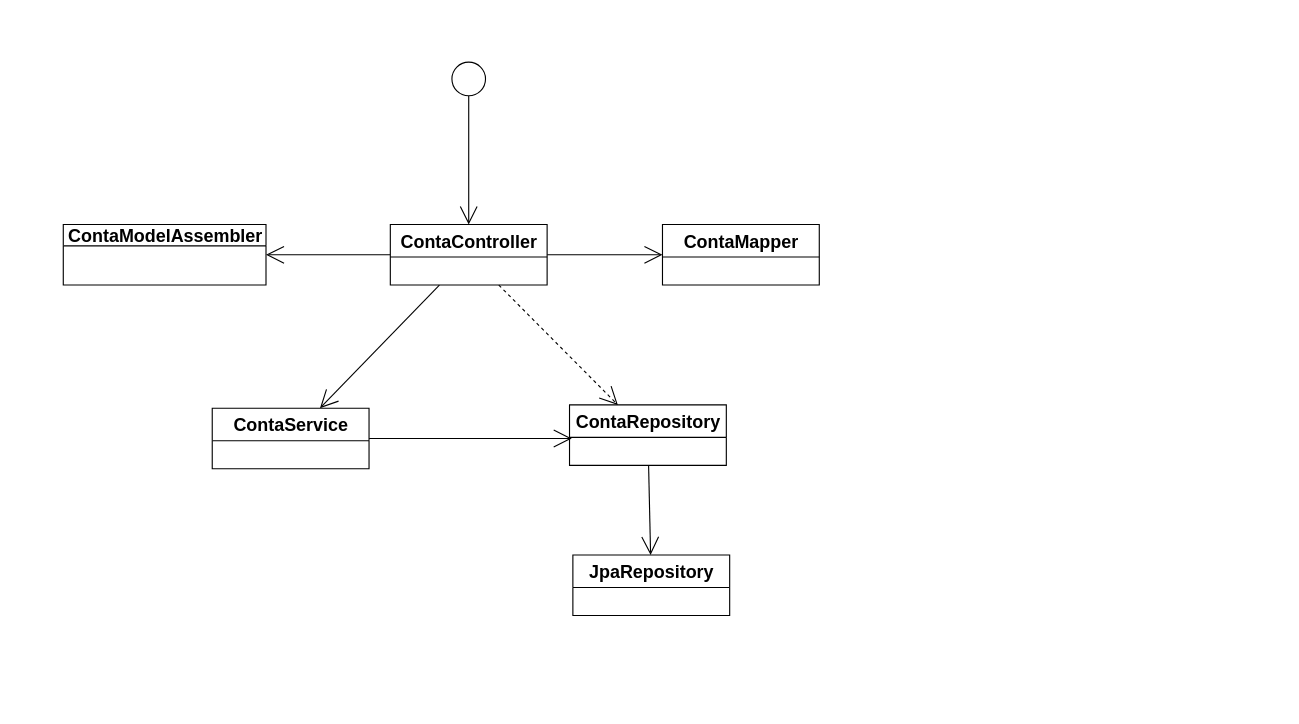
Before: page "Diagrama de Classe" (4 of 4) of Arquitetura/Diagramas.drawio in henriquerdq/poc-sistemas-controle-financas, a draw.io diagram. Source tidied: cells renumbered, new cells numbered last; positions are measured from the earlier drawing's top-left corner, leaving out a move shared by most shapes. Both pictures are drawn from the tidied source at 112%, with x=0, y=0 at pixel (63, 62).
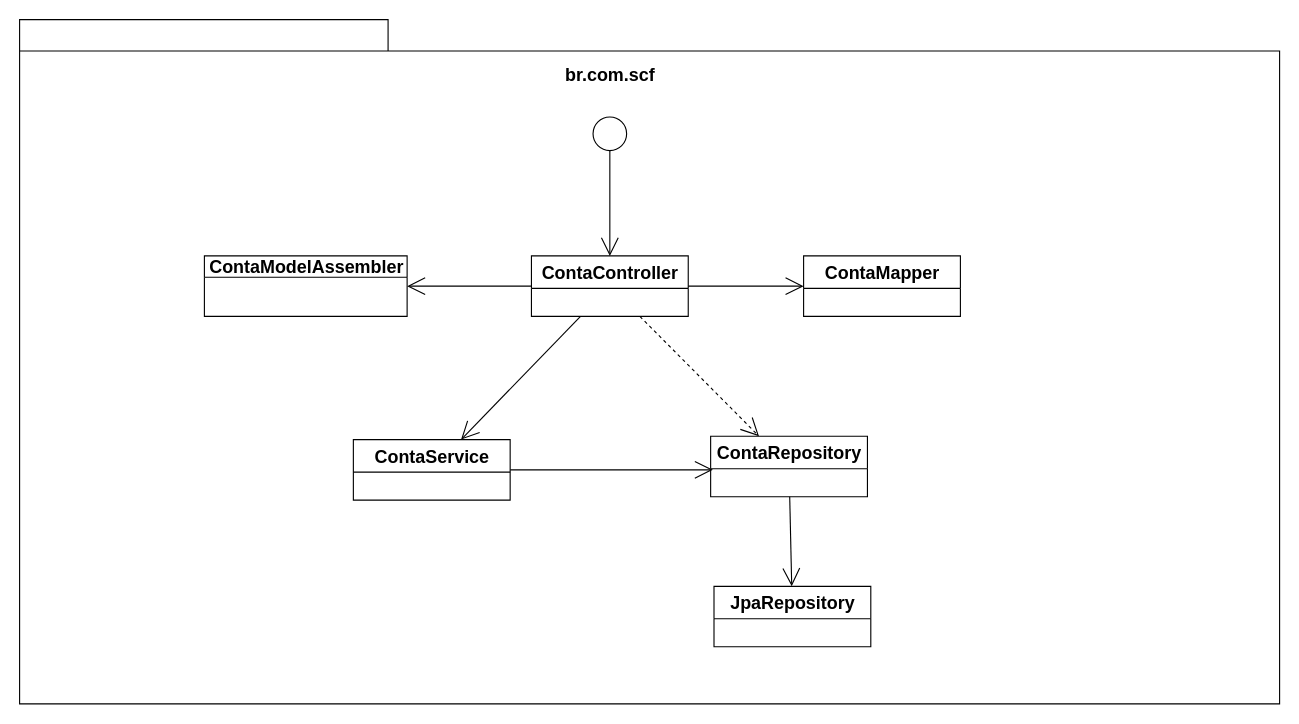
After the change.

What changed in the source:
```diff
@@
 <mxGraphModel>
   <root>
     <mxCell id="0" />
     <mxCell id="1" parent="0" />
-    <mxCell id="2" style="rounded=0;jettySize=auto;html=1;fontSize=12;endArrow=open;startSize=14;endSize=14;" parent="1" edge="1" source="6" target="8">
-      <mxGeometry relative="1" as="geometry" />
-    </mxCell>
-    <mxCell id="3" style="edgeStyle=none;rounded=0;jettySize=auto;html=1;fontSize=12;endArrow=open;startSize=14;endSize=14;dashed=1;" parent="1" edge="1" source="6" target="12">
-      <mxGeometry relative="1" as="geometry" />
-    </mxCell>
-    <mxCell id="4" style="edgeStyle=none;rounded=0;jettySize=auto;html=1;fontSize=12;endArrow=open;startSize=14;endSize=14;" parent="1" edge="1" source="6" target="14">
-      <mxGeometry relative="1" as="geometry" />
-    </mxCell>
-    <mxCell id="5" style="edgeStyle=none;rounded=0;jettySize=auto;html=1;fontSize=12;endArrow=open;startSize=19;endSize=14;" parent="1" edge="1" source="6" target="15">
-      <mxGeometry relative="1" as="geometry" />
-    </mxCell>
+    <mxCell id="16" style="shape=folder;fontStyle=1;tabWidth=329;tabHeight=28;tabPosition=left;html=1;boundedLbl=1;labelInHeader=1;" parent="1" vertex="1">
+      <mxGeometry x="-39" y="-38" width="1125" height="611" as="geometry" />
+    </mxCell>
-    <mxCell id="6" value="ContaController" style="swimlane;fontStyle=1;align=center;verticalAlign=middle;horizontal=1;startSize=29;html=1;fontSize=16;" parent="1" vertex="1">
-      <mxGeometry x="292" y="145" width="140" height="54" as="geometry" />
+    <mxCell id="6" value="ContaController" style="swimlane;fontStyle=1;align=center;verticalAlign=middle;horizontal=1;startSize=29;html=1;fontSize=16;" parent="16" vertex="1">
+      <mxGeometry x="457" y="211" width="140" height="54" as="geometry" />
     </mxCell>
-    <mxCell id="7" style="edgeStyle=none;rounded=0;jettySize=auto;html=1;fontSize=12;endArrow=open;startSize=14;endSize=14;" parent="1" edge="1" source="8">
+    <mxCell id="7" style="edgeStyle=none;rounded=0;jettySize=auto;html=1;fontSize=12;endArrow=open;startSize=14;endSize=14;" parent="16" edge="1" source="8">
       <mxGeometry relative="1" as="geometry">
-        <mxPoint x="454" y="336" as="targetPoint" />
+        <mxPoint x="619" y="402" as="targetPoint" />
       </mxGeometry>
     </mxCell>
-    <mxCell id="8" value="ContaService" style="swimlane;fontStyle=1;align=center;verticalAlign=middle;horizontal=1;startSize=29;html=1;fontSize=16;" parent="1" vertex="1">
-      <mxGeometry x="133" y="309" width="140" height="54" as="geometry" />
+    <mxCell id="8" value="ContaService" style="swimlane;fontStyle=1;align=center;verticalAlign=middle;horizontal=1;startSize=29;html=1;fontSize=16;" parent="16" vertex="1">
+      <mxGeometry x="298" y="375" width="140" height="54" as="geometry" />
     </mxCell>
+    <mxCell id="2" style="rounded=0;jettySize=auto;html=1;fontSize=12;endArrow=open;startSize=14;endSize=14;" parent="16" edge="1" source="6" target="8">
+      <mxGeometry relative="1" as="geometry" />
+    </mxCell>
-    <mxCell id="9" style="rounded=0;jettySize=auto;html=1;fontSize=12;endArrow=open;startSize=14;endSize=14;entryX=0.5;entryY=0;entryDx=0;entryDy=0;" parent="1" edge="1" source="10" target="6">
+    <mxCell id="9" style="rounded=0;jettySize=auto;html=1;fontSize=12;endArrow=open;startSize=14;endSize=14;entryX=0.5;entryY=0;entryDx=0;entryDy=0;" parent="16" edge="1" source="10" target="6">
       <mxGeometry relative="1" as="geometry" />
     </mxCell>
-    <mxCell id="10" style="ellipse;fillColor=#ffffff;strokeColor=#000000;fontSize=16;" parent="1" vertex="1">
-      <mxGeometry x="347" width="30" height="30" as="geometry" />
+    <mxCell id="10" style="ellipse;fillColor=#ffffff;strokeColor=#000000;fontSize=16;" parent="16" vertex="1">
+      <mxGeometry x="512" y="87" width="30" height="30" as="geometry" />
     </mxCell>
+    <mxCell id="12" value="ContaRepository" style="swimlane;fontStyle=1;align=center;verticalAlign=middle;horizontal=1;startSize=29;html=1;fontSize=16;" parent="16" vertex="1">
+      <mxGeometry x="617" y="372" width="140" height="54" as="geometry" />
+    </mxCell>
+    <mxCell id="3" style="edgeStyle=none;rounded=0;jettySize=auto;html=1;fontSize=12;endArrow=open;startSize=14;endSize=14;dashed=1;" parent="16" edge="1" source="6" target="12">
+      <mxGeometry relative="1" as="geometry" />
+    </mxCell>
+    <mxCell id="13" value="JpaRepository" style="swimlane;fontStyle=1;align=center;verticalAlign=middle;horizontal=1;startSize=29;html=1;fontSize=16;" parent="16" vertex="1">
+      <mxGeometry x="620" y="506" width="140" height="54" as="geometry" />
+    </mxCell>
-    <mxCell id="11" style="edgeStyle=none;rounded=0;jettySize=auto;html=1;fontSize=12;endArrow=open;startSize=14;endSize=14;" parent="1" edge="1" source="12" target="13">
+    <mxCell id="11" style="edgeStyle=none;rounded=0;jettySize=auto;html=1;fontSize=12;endArrow=open;startSize=14;endSize=14;" parent="16" edge="1" source="12" target="13">
       <mxGeometry relative="1" as="geometry" />
     </mxCell>
-    <mxCell id="12" value="ContaRepository" style="swimlane;fontStyle=1;align=center;verticalAlign=middle;horizontal=1;startSize=29;html=1;fontSize=16;" parent="1" vertex="1">
-      <mxGeometry x="452" y="306" width="140" height="54" as="geometry" />
-    </mxCell>
-    <mxCell id="13" value="JpaRepository" style="swimlane;fontStyle=1;align=center;verticalAlign=middle;horizontal=1;startSize=29;html=1;fontSize=16;" parent="1" vertex="1">
-      <mxGeometry x="455" y="440" width="140" height="54" as="geometry" />
-    </mxCell>
-    <mxCell id="14" value="ContaModelAssembler" style="swimlane;fontStyle=1;align=center;verticalAlign=middle;horizontal=1;startSize=19;html=1;fontSize=16;noLabel=0;fixDash=0;arcSize=15;" parent="1" vertex="1">
-      <mxGeometry y="145" width="181" height="54" as="geometry" />
+    <mxCell id="14" value="ContaModelAssembler" style="swimlane;fontStyle=1;align=center;verticalAlign=middle;horizontal=1;startSize=19;html=1;fontSize=16;noLabel=0;fixDash=0;arcSize=15;" parent="16" vertex="1">
+      <mxGeometry x="165" y="211" width="181" height="54" as="geometry" />
     </mxCell>
+    <mxCell id="4" style="edgeStyle=none;rounded=0;jettySize=auto;html=1;fontSize=12;endArrow=open;startSize=14;endSize=14;" parent="16" edge="1" source="6" target="14">
+      <mxGeometry relative="1" as="geometry" />
+    </mxCell>
-    <mxCell id="15" value="ContaMapper" style="swimlane;fontStyle=1;align=center;verticalAlign=middle;horizontal=1;startSize=29;html=1;fontSize=16;" parent="1" vertex="1">
-      <mxGeometry x="535" y="145" width="140" height="54" as="geometry" />
+    <mxCell id="15" value="ContaMapper" style="swimlane;fontStyle=1;align=center;verticalAlign=middle;horizontal=1;startSize=29;html=1;fontSize=16;" parent="16" vertex="1">
+      <mxGeometry x="700" y="211" width="140" height="54" as="geometry" />
     </mxCell>
+    <mxCell id="5" style="edgeStyle=none;rounded=0;jettySize=auto;html=1;fontSize=12;endArrow=open;startSize=19;endSize=14;" parent="16" edge="1" source="6" target="15">
+      <mxGeometry relative="1" as="geometry" />
+    </mxCell>
+    <mxCell id="17" value="&lt;span style=&quot;font-size: 16px;&quot;&gt;br.com.scf&lt;/span&gt;" style="text;html=1;strokeColor=none;fillColor=none;align=center;verticalAlign=middle;whiteSpace=wrap;rounded=0;fontSize=16;fontStyle=1;" parent="16" vertex="1">
+      <mxGeometry x="379.5" y="34" width="295" height="30" as="geometry" />
+    </mxCell>
   </root>
 </mxGraphModel>
```
